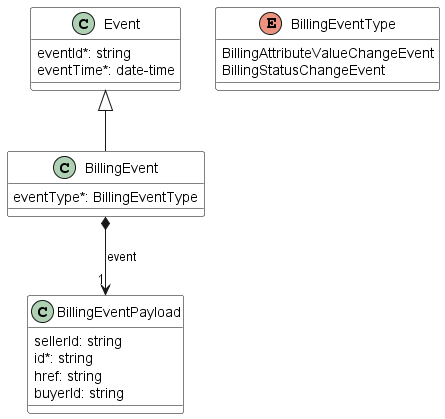
MEF-GIT/MEF-LSO-Sonata-SDK keeps this PlantUML diagram as documentation/productApi/billing/media/useCase2NotificationModel.png. Above is the earlier version. The source it was exported from:
```plantuml
@startuml
skinparam {
    ClassBackgroundColor White
    ClassBorderColor Black
}



class Event {

    eventId*: string
    eventTime*: date-time
}


class BillingEventPayload {

    sellerId: string
    id*: string
    href: string
    buyerId: string
}

class BillingEvent {

    eventType*: BillingEventType
}
Event <|-- BillingEvent

BillingEvent *-->"1" BillingEventPayload : event


enum BillingEventType {

    BillingAttributeValueChangeEvent
    BillingStatusChangeEvent
}
@enduml
```
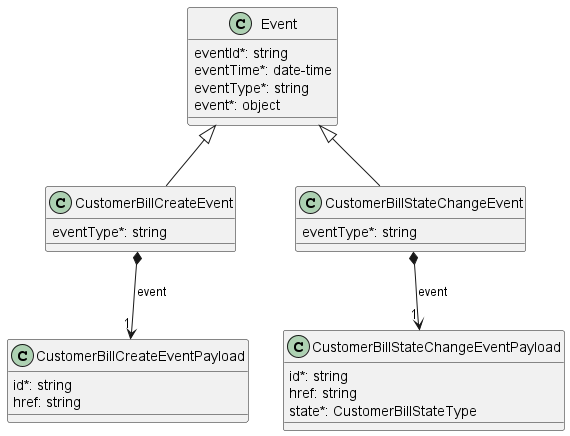
After the commit.

Change to the diagram source:
```diff
@@ -1,38 +1,48 @@
 @startuml
-skinparam {
-    ClassBackgroundColor White
-    ClassBorderColor Black
-}
-
 
 
 class Event {
 
     eventId*: string
     eventTime*: date-time
+    eventType*: string
+    event*: object
 }
 
 
-class BillingEventPayload {
 
-    sellerId: string
+class CustomerBillCreateEvent {
+
+    eventType*: string
+}
+Event <|-- CustomerBillCreateEvent
+
+CustomerBillCreateEvent *-->"1" CustomerBillCreateEventPayload : event
+
+
+class CustomerBillCreateEventPayload {
+
     id*: string
     href: string
-    buyerId: string
 }
 
-class BillingEvent {
-
-    eventType*: BillingEventType
-}
-Event <|-- BillingEvent
-
-BillingEvent *-->"1" BillingEventPayload : event
 
 
-enum BillingEventType {
+class CustomerBillStateChangeEvent {
 
-    BillingAttributeValueChangeEvent
-    BillingStatusChangeEvent
+    eventType*: string
 }
+Event <|-- CustomerBillStateChangeEvent
+
+CustomerBillStateChangeEvent *-->"1" CustomerBillStateChangeEventPayload : event
+
+
+class CustomerBillStateChangeEventPayload {
+
+    id*: string
+    href: string
+    state*: CustomerBillStateType
+}
+
+
 @enduml
```
